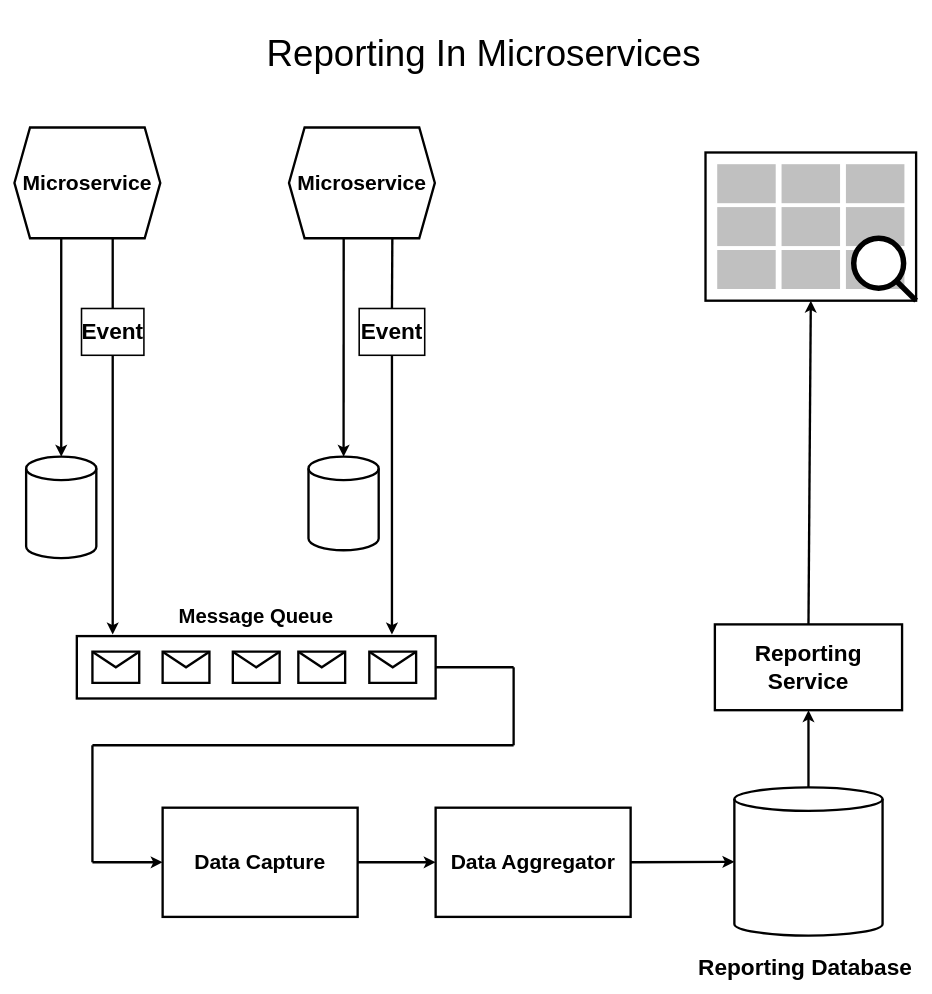
codefinity/Architecture-Slides keeps this draw.io diagram as MicroservicesDesignPatterns.drawio. Above is the earlier version. Source tidied: cells renumbered, new cells numbered last; positions are measured from the earlier drawing's top-left corner, leaving out a move shared by most shapes. Both pictures are drawn from the tidied source at 78%, with x=0, y=0 at pixel (14, 41).
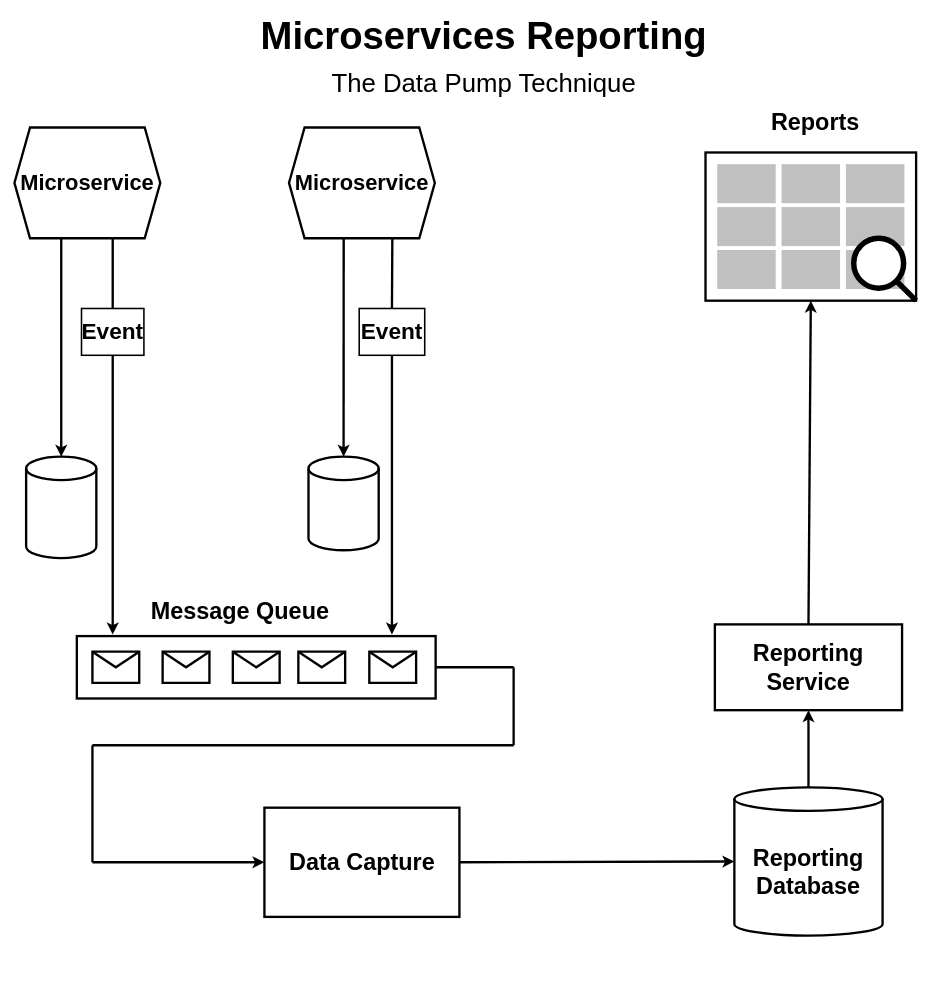
Above is the later version.

Commit message (it also covers changes not shown here):
Microservces Reporting

The edit, as a diff of the source:
```diff
@@
-    <mxCell id="2" value="Microservice" style="shape=hexagon;perimeter=hexagonPerimeter2;whiteSpace=wrap;html=1;fixedSize=1;fontSize=27;strokeWidth=3;fontStyle=1;" parent="1" vertex="1">
+    <mxCell id="2" value="Microservice" style="shape=hexagon;perimeter=hexagonPerimeter2;whiteSpace=wrap;html=1;fixedSize=1;fontSize=28;strokeWidth=3;fontStyle=1;" parent="1" vertex="1">
       <mxGeometry y="110" width="187" height="142" as="geometry" />
     </mxCell>
@@
-    <mxCell id="5" value="Microservice" style="shape=hexagon;perimeter=hexagonPerimeter2;whiteSpace=wrap;html=1;fixedSize=1;fontSize=27;strokeWidth=3;fontStyle=1;" parent="1" vertex="1">
+    <mxCell id="5" value="Microservice" style="shape=hexagon;perimeter=hexagonPerimeter2;whiteSpace=wrap;html=1;fixedSize=1;fontSize=28;strokeWidth=3;fontStyle=1;" parent="1" vertex="1">
       <mxGeometry x="352" y="110" width="187" height="142" as="geometry" />
     </mxCell>
@@
-    <mxCell id="14" value="Data Capture" style="rounded=0;whiteSpace=wrap;html=1;fontSize=27;strokeWidth=3;fillColor=#FFFFFF;fontStyle=1;" parent="1" vertex="1">
-      <mxGeometry x="190" y="982" width="250" height="140" as="geometry" />
+    <mxCell id="14" value="Data Capture" style="rounded=0;whiteSpace=wrap;html=1;fontSize=30;strokeWidth=3;fillColor=#FFFFFF;fontStyle=1;" parent="1" vertex="1">
+      <mxGeometry x="320.5" y="982" width="250" height="140" as="geometry" />
     </mxCell>
-    <mxCell id="15" value="Data Aggregator" style="rounded=0;whiteSpace=wrap;html=1;fontSize=27;strokeWidth=3;fillColor=#FFFFFF;fontStyle=1;" parent="1" vertex="1">
-      <mxGeometry x="540" y="982" width="250" height="140" as="geometry" />
-    </mxCell>
-    <mxCell id="16" style="shape=cylinder3;whiteSpace=wrap;html=1;boundedLbl=1;backgroundOutline=1;size=15;fontSize=27;strokeWidth=3;" parent="1" vertex="1">
+    <mxCell id="16" value="&lt;span style=&quot;font-size: 30px; font-weight: 700;&quot;&gt;Reporting Database&lt;/span&gt;" style="shape=cylinder3;whiteSpace=wrap;html=1;boundedLbl=1;backgroundOutline=1;size=15;fontSize=30;strokeWidth=3;" parent="1" vertex="1">
       <mxGeometry x="923" y="956" width="190" height="190" as="geometry" />
     </mxCell>
-    <mxCell id="17" value="Reporting Database" style="text;html=1;strokeColor=none;fillColor=none;align=center;verticalAlign=middle;whiteSpace=wrap;rounded=0;fontSize=29;fontStyle=1;strokeWidth=1;" parent="1" vertex="1">
-      <mxGeometry x="869" y="1172" width="290" height="30" as="geometry" />
-    </mxCell>
-    <mxCell id="18" value="Reporting &lt;br&gt;Service" style="rounded=0;whiteSpace=wrap;html=1;fontSize=29;strokeWidth=3;fillColor=#FFFFFF;fontStyle=1;" parent="1" vertex="1">
+    <mxCell id="18" value="Reporting &lt;br style=&quot;font-size: 30px;&quot;&gt;Service" style="rounded=0;whiteSpace=wrap;html=1;fontSize=30;strokeWidth=3;fillColor=#FFFFFF;fontStyle=1;" parent="1" vertex="1">
       <mxGeometry x="898" y="747" width="240" height="110" as="geometry" />
     </mxCell>
@@
-    <mxCell id="25" style="endArrow=classic;html=1;rounded=0;fontSize=29;strokeWidth=3;exitX=1;exitY=0.5;exitDx=0;exitDy=0;" parent="1" edge="1" source="15" target="16">
-      <mxGeometry relative="1" as="geometry" />
-    </mxCell>
@@
-    <mxCell id="32" style="endArrow=classic;html=1;rounded=0;fontSize=29;strokeWidth=3;entryX=0;entryY=0.5;entryDx=0;entryDy=0;exitX=1;exitY=0.5;exitDx=0;exitDy=0;" parent="1" edge="1" source="14" target="15">
+    <mxCell id="32" style="endArrow=classic;html=1;rounded=0;fontSize=29;strokeWidth=3;entryX=0;entryY=0.5;entryDx=0;entryDy=0;exitX=1;exitY=0.5;exitDx=0;exitDy=0;entryPerimeter=0;" parent="1" edge="1" source="14" target="16">
       <mxGeometry relative="1" as="geometry" />
     </mxCell>
@@
-    <mxCell id="38" value="Reporting In Microservices" style="text;html=1;strokeColor=none;fillColor=none;align=center;verticalAlign=middle;whiteSpace=wrap;rounded=0;fontSize=47;fontStyle=0;" parent="1" vertex="1">
-      <mxGeometry x="297" width="610" height="30" as="geometry" />
+    <mxCell id="38" value="Microservices Reporting" style="text;html=1;strokeColor=none;fillColor=none;align=center;verticalAlign=middle;whiteSpace=wrap;rounded=0;fontSize=49;fontStyle=1;" parent="1" vertex="1">
+      <mxGeometry x="297" y="-22" width="610" height="30" as="geometry" />
     </mxCell>
-    <mxCell id="39" value="Message Queue" style="text;html=1;strokeColor=none;fillColor=none;align=center;verticalAlign=middle;whiteSpace=wrap;rounded=0;fontSize=26;fontStyle=1;" parent="1" vertex="1">
-      <mxGeometry x="200" y="722" width="220" height="30" as="geometry" />
+    <mxCell id="39" value="Message Queue" style="text;html=1;strokeColor=none;fillColor=none;align=center;verticalAlign=middle;whiteSpace=wrap;rounded=0;fontSize=30;fontStyle=1;" parent="1" vertex="1">
+      <mxGeometry x="166" y="714" width="247" height="30" as="geometry" />
     </mxCell>
+    <mxCell id="40" value="The Data Pump Technique" style="text;html=1;strokeColor=none;fillColor=none;align=center;verticalAlign=middle;whiteSpace=wrap;rounded=0;fontSize=33;" parent="1" vertex="1">
+      <mxGeometry x="382" y="38" width="440" height="30" as="geometry" />
+    </mxCell>
+    <mxCell id="41" value="Reports" style="text;html=1;strokeColor=none;fillColor=none;align=center;verticalAlign=middle;whiteSpace=wrap;rounded=0;fontSize=30;fontStyle=1;" parent="1" vertex="1">
+      <mxGeometry x="977" y="88" width="100" height="30" as="geometry" />
+    </mxCell>
```
